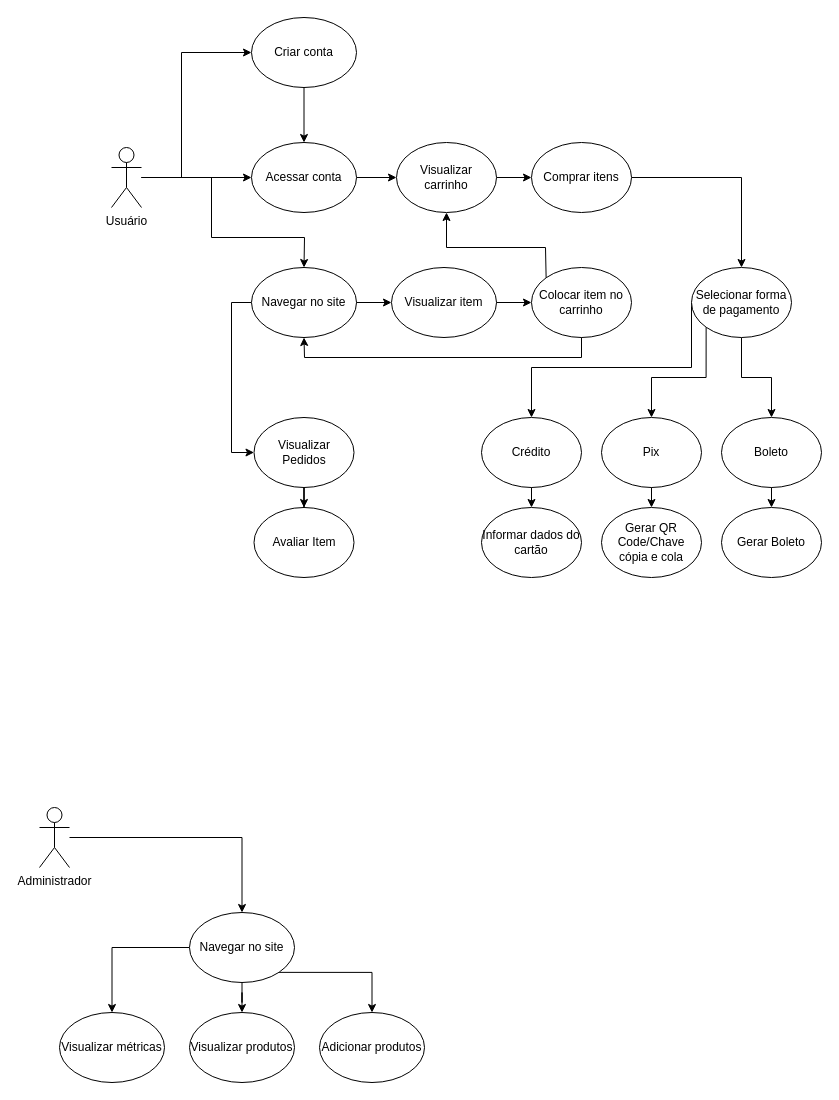
Earlier version of the draw.io diagram Diagrama de casos de uso.drawio (Fconeto/Projeto-APS). Source tidied: cells renumbered, new cells numbered last; positions are measured from the earlier drawing's top-left corner, leaving out a move shared by most shapes. Both pictures are drawn from the tidied source at 100%, with x=0, y=0 at pixel (39, 17).
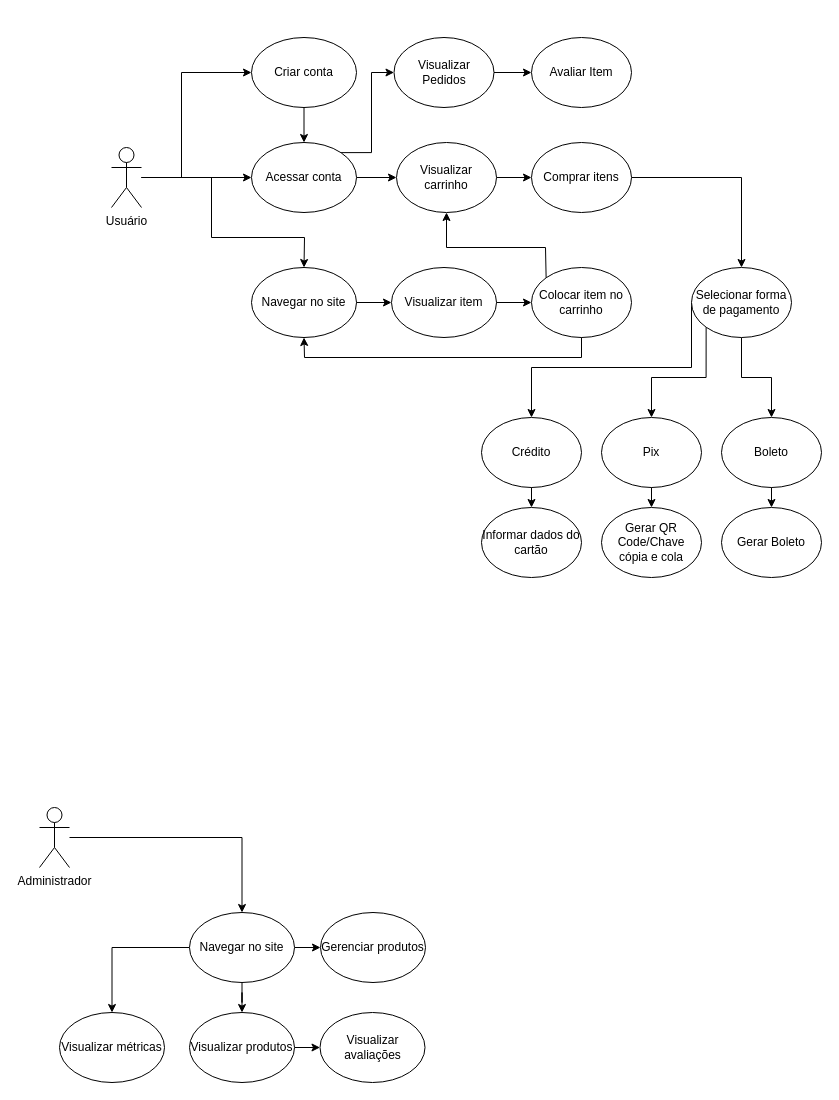
The same page after the edit.

Commit message:
Modificações no fluxo de pedidos e avaliações

The change refers to these unchanged cells:
```xml
<mxCell id="6" value="Acessar conta" style="ellipse;whiteSpace=wrap;html=1;" parent="1" vertex="1">
  <mxGeometry x="212" y="125" width="105" height="70" as="geometry" />
</mxCell>
<mxCell id="8" value="Navegar no site" style="ellipse;whiteSpace=wrap;html=1;" parent="1" vertex="1">
  <mxGeometry x="212" y="250" width="105" height="70" as="geometry" />
</mxCell>
<mxCell id="40" value="Navegar no site" style="ellipse;whiteSpace=wrap;html=1;" parent="1" vertex="1">
  <mxGeometry x="150" y="895" width="105" height="70" as="geometry" />
</mxCell>
<mxCell id="41" value="Visualizar produtos" style="ellipse;whiteSpace=wrap;html=1;" parent="1" vertex="1">
  <mxGeometry x="150" y="995" width="105" height="70" as="geometry" />
</mxCell>
<mxCell id="43" value="Visualizar métricas" style="ellipse;whiteSpace=wrap;html=1;" parent="1" vertex="1">
  <mxGeometry x="20" y="995" width="105" height="70" as="geometry" />
</mxCell>
```

Change to the diagram source:
```diff
@@
     <mxCell id="4" value="Criar conta" style="ellipse;whiteSpace=wrap;html=1;" parent="1" vertex="1">
-      <mxGeometry x="212" width="105" height="70" as="geometry" />
+      <mxGeometry x="212" y="20" width="105" height="70" as="geometry" />
     </mxCell>
@@
+    <mxCell id="47" style="edgeStyle=orthogonalEdgeStyle;rounded=0;jettySize=auto;html=1;exitX=1;exitY=0;exitDx=0;exitDy=0;entryX=0;entryY=0.5;entryDx=0;entryDy=0;" parent="1" edge="1" source="6" target="45">
+      <mxGeometry relative="1" as="geometry">
+        <Array as="points">
+          <mxPoint x="332" y="135" />
+          <mxPoint x="332" y="55" />
+        </Array>
+      </mxGeometry>
+    </mxCell>
@@
-    <mxCell id="7" style="edgeStyle=orthogonalEdgeStyle;rounded=0;jettySize=auto;html=1;exitX=0;exitY=0.5;exitDx=0;exitDy=0;entryX=0;entryY=0.5;entryDx=0;entryDy=0;" parent="1" edge="1" source="8" target="45">
-      <mxGeometry relative="1" as="geometry" />
-    </mxCell>
@@
-    <mxCell id="9" style="endArrow=classic;html=1;rounded=0;" parent="1" edge="1">
+    <mxCell id="9" style="endArrow=classic;html=1;rounded=0;entryX=0;entryY=0.5;entryDx=0;entryDy=0;" parent="1" edge="1" target="4">
       <mxGeometry relative="1" as="geometry">
         <mxPoint x="102" y="160" as="sourcePoint" />
-        <mxPoint x="212" y="35" as="targetPoint" />
         <Array as="points">
           <mxPoint x="142" y="160" />
-          <mxPoint x="142" y="35" />
+          <mxPoint x="142" y="55" />
         </Array>
       </mxGeometry>
     </mxCell>
@@
+    <mxCell id="39" style="edgeStyle=orthogonalEdgeStyle;rounded=0;jettySize=auto;html=1;exitX=0;exitY=0.5;exitDx=0;exitDy=0;" parent="1" edge="1" source="40" target="43">
+      <mxGeometry relative="1" as="geometry" />
+    </mxCell>
-    <mxCell id="38" style="edgeStyle=orthogonalEdgeStyle;rounded=0;jettySize=auto;html=1;exitX=1;exitY=1;exitDx=0;exitDy=0;" parent="1" edge="1" source="40" target="42">
+    <mxCell id="38" style="edgeStyle=orthogonalEdgeStyle;rounded=0;jettySize=auto;html=1;" parent="1" edge="1" source="40" target="42">
       <mxGeometry relative="1" as="geometry" />
     </mxCell>
-    <mxCell id="39" style="edgeStyle=orthogonalEdgeStyle;rounded=0;jettySize=auto;html=1;exitX=0;exitY=0.5;exitDx=0;exitDy=0;" parent="1" edge="1" source="40" target="43">
-      <mxGeometry relative="1" as="geometry" />
-    </mxCell>
@@
+    <mxCell id="48" style="edgeStyle=orthogonalEdgeStyle;rounded=0;jettySize=auto;html=1;" parent="1" edge="1" source="41" target="49">
+      <mxGeometry relative="1" as="geometry" />
+    </mxCell>
@@
-    <mxCell id="42" value="Adicionar produtos" style="ellipse;whiteSpace=wrap;html=1;" parent="1" vertex="1">
-      <mxGeometry x="280" y="995" width="105" height="70" as="geometry" />
+    <mxCell id="42" value="Gerenciar produtos" style="ellipse;whiteSpace=wrap;html=1;" parent="1" vertex="1">
+      <mxGeometry x="281" y="895" width="105" height="70" as="geometry" />
     </mxCell>
@@
     <mxCell id="45" value="Visualizar Pedidos" style="ellipse;whiteSpace=wrap;html=1;" parent="1" vertex="1">
-      <mxGeometry x="214.5" y="400" width="100" height="70" as="geometry" />
+      <mxGeometry x="354.5" y="20" width="100" height="70" as="geometry" />
     </mxCell>
     <mxCell id="46" value="Avaliar Item" style="ellipse;whiteSpace=wrap;html=1;" parent="1" vertex="1">
-      <mxGeometry x="214.5" y="490" width="100" height="70" as="geometry" />
+      <mxGeometry x="492" y="20" width="100" height="70" as="geometry" />
     </mxCell>
+    <mxCell id="49" value="Visualizar avaliações" style="ellipse;whiteSpace=wrap;html=1;" parent="1" vertex="1">
+      <mxGeometry x="280.5" y="995" width="105" height="70" as="geometry" />
+    </mxCell>
```
